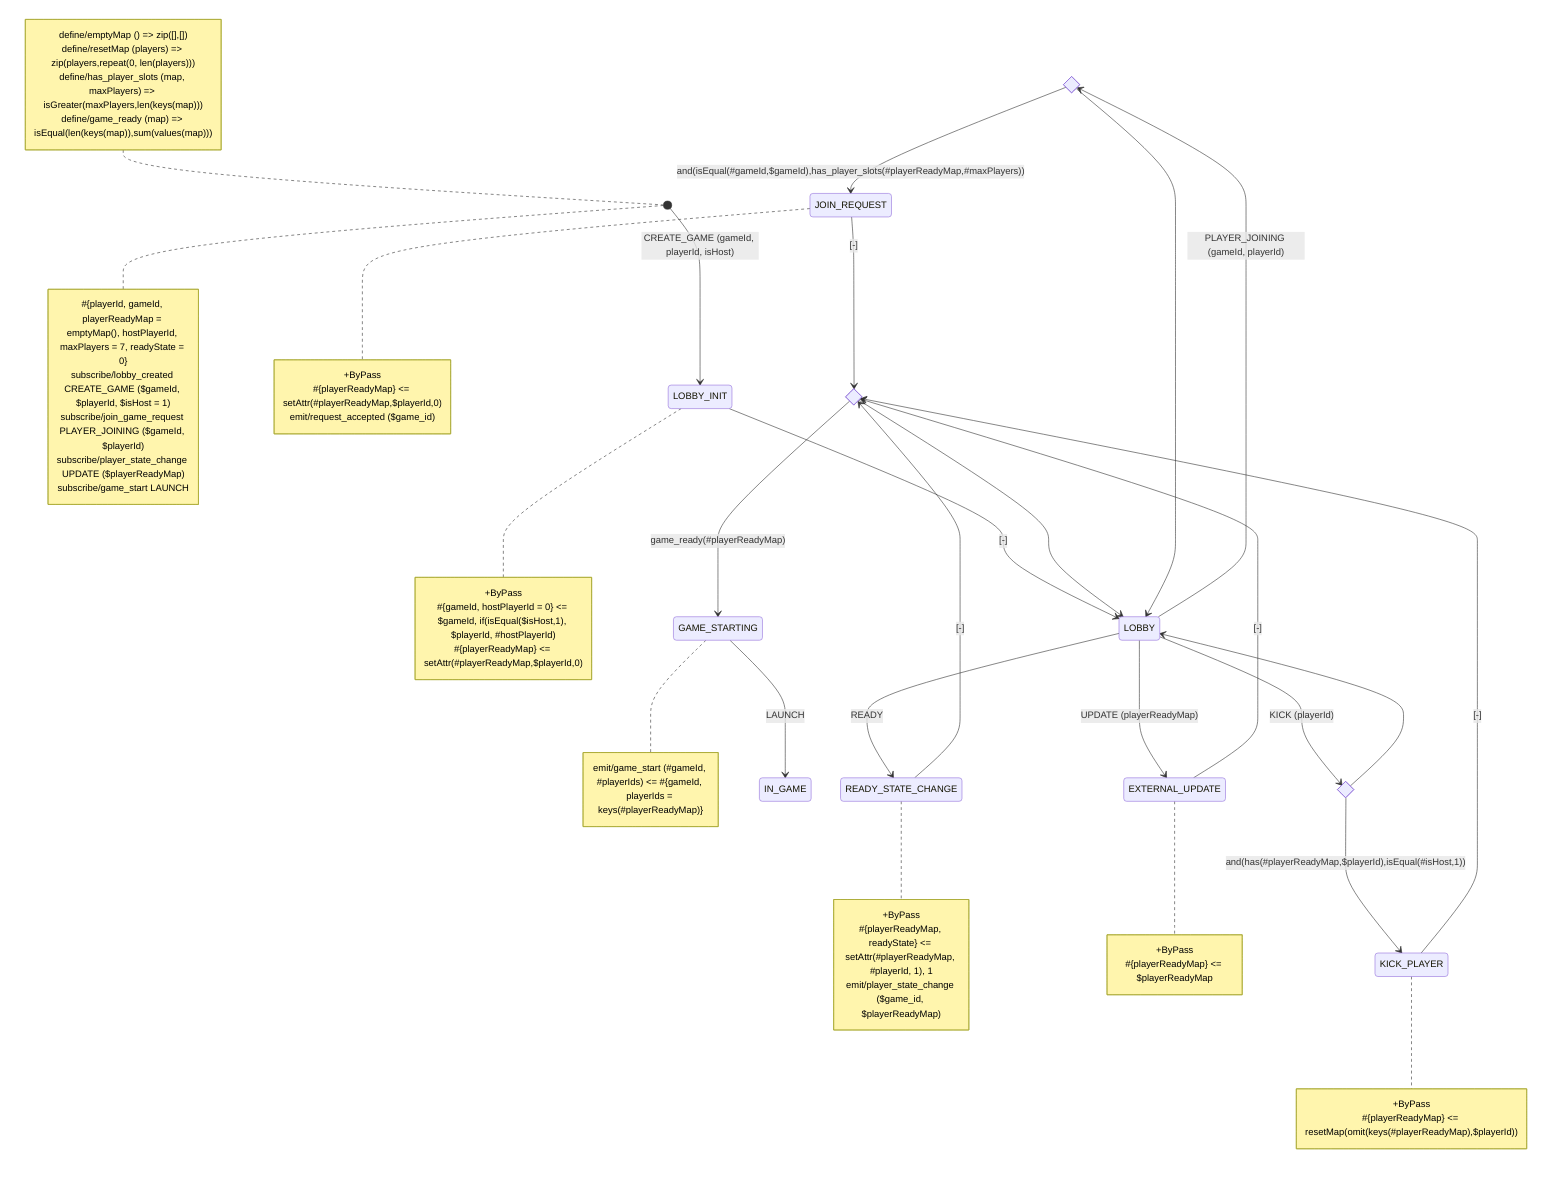
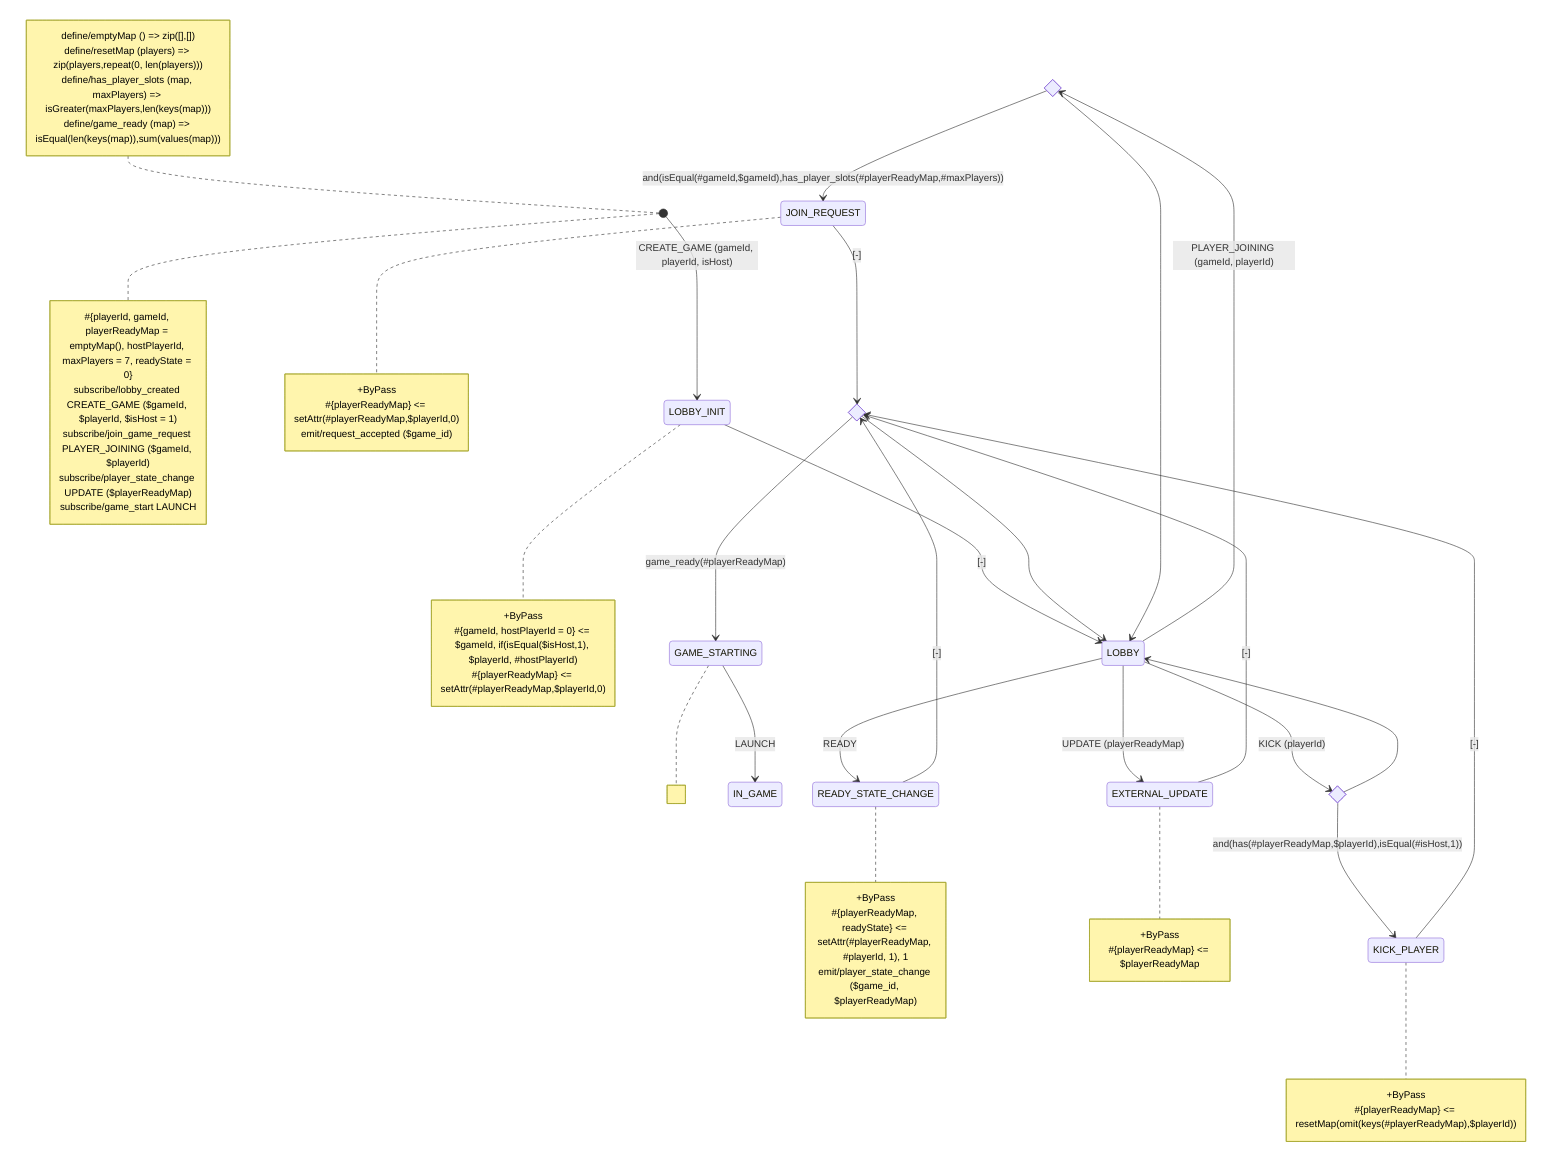
stateDiagram-v2
    state hasSpace <<choice>>
    state canKick <<choice>>
    state gameReady <<choice>>
    [*] --> LOBBY_INIT: CREATE_GAME (gameId, playerId, isHost)
    LOBBY --> hasSpace: PLAYER_JOINING (gameId, playerId)
    hasSpace --> JOIN_REQUEST: and(isEqual(#gameId,$gameId),has_player_slots(#playerReadyMap,#maxPlayers))
    LOBBY_INIT --> LOBBY: [-]
    LOBBY --> EXTERNAL_UPDATE: UPDATE (playerReadyMap)
    LOBBY-->canKick: KICK (playerId)
    canKick-->KICK_PLAYER: and(has(#playerReadyMap,$playerId),isEqual(#isHost,1))
    KICK_PLAYER-->gameReady: [-]
    LOBBY --> READY_STATE_CHANGE: READY
    READY_STATE_CHANGE --> gameReady: [-]
    EXTERNAL_UPDATE --> gameReady: [-]
    JOIN_REQUEST --> gameReady: [-]
    gameReady --> GAME_STARTING: game_ready(#playerReadyMap)
    gameReady --> LOBBY
    hasSpace -->LOBBY
    canKick --> LOBBY
    GAME_STARTING-->IN_GAME: LAUNCH

note left of [*]
define/emptyMap () => zip([],[])
define/resetMap (players) => zip(players,repeat(0, len(players)))
define/has_player_slots (map, maxPlayers) => isGreater(maxPlayers,len(keys(map)))
define/game_ready (map) => isEqual(len(keys(map)),sum(values(map)))
end note

note right of [*]
#{playerId, gameId, playerReadyMap = emptyMap(), hostPlayerId, maxPlayers = 7, readyState = 0}
subscribe/lobby_created CREATE_GAME ($gameId, $playerId, $isHost = 1)
subscribe/join_game_request PLAYER_JOINING ($gameId, $playerId)
subscribe/player_state_change UPDATE ($playerReadyMap)
subscribe/game_start LAUNCH
end note

note right of LOBBY_INIT
+ByPass
#{gameId, hostPlayerId = 0} <= $gameId, if(isEqual($isHost,1), $playerId, #hostPlayerId)
#{playerReadyMap} <= setAttr(#playerReadyMap,$playerId,0)
end note

note right of JOIN_REQUEST
+ByPass
#{playerReadyMap} <= setAttr(#playerReadyMap,$playerId,0)
emit/request_accepted ($game_id)
end note

note right of KICK_PLAYER
+ByPass
#{playerReadyMap} <= resetMap(omit(keys(#playerReadyMap),$playerId))
end note

note right of READY_STATE_CHANGE
+ByPass
#{playerReadyMap, readyState} <= setAttr(#playerReadyMap, #playerId, 1), 1
emit/player_state_change ($game_id, $playerReadyMap)
end note

note right of EXTERNAL_UPDATE
+ByPass
#{playerReadyMap} <= $playerReadyMap
end note

note right of GAME_STARTING
- emit/game_start (#gameId, #playerIds) <= #{gameId, playerIds = keys(#playerReadyMap)}
+ %%emit/game_start (#gameId, #playerIds) <= #{gameId, playerIds = keys(#playerReadyMap)}
end note
